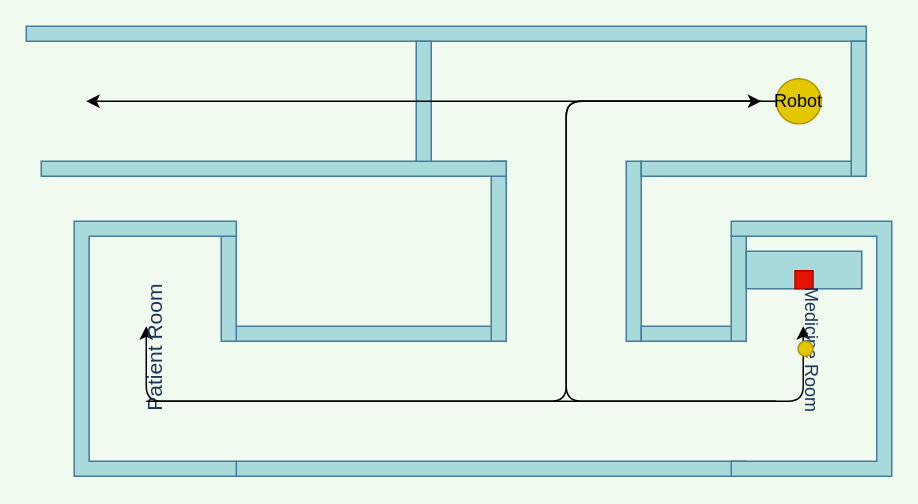
Above: simulator/resources/map/hospital_scenario.drawio in lesunb/HMRSsim (draw.io), before the change. Source tidied: cells renumbered, new cells numbered last; positions are measured from the earlier drawing's top-left corner, leaving out a move shared by most shapes. Both pictures are drawn from the tidied source at 150%, with x=0, y=0 at pixel (26, 26).
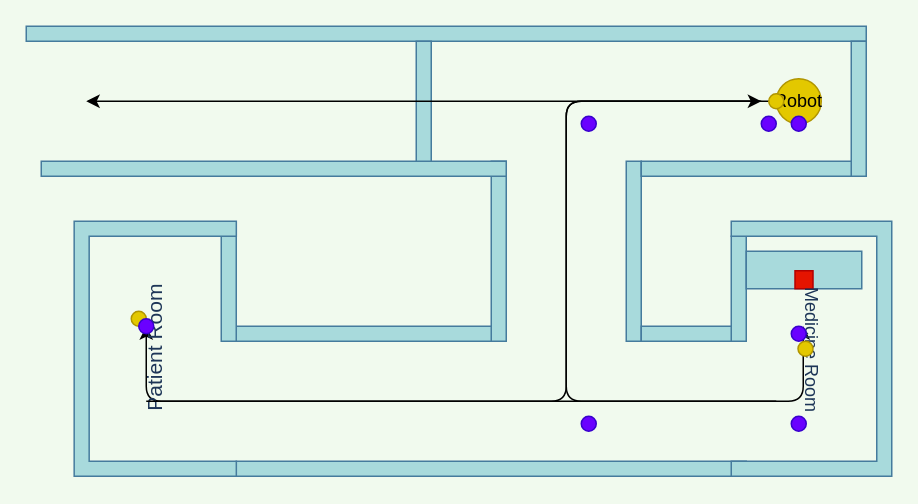
After the change.

What changed in the source:
```diff
@@
+    <mxCell id="24" style="ellipse;whiteSpace=wrap;html=1;fillColor=#6a00ff;strokeColor=#3700CC;fontColor=#ffffff;" parent="1" vertex="1">
+      <mxGeometry x="510" y="60" width="10" height="10" as="geometry" />
+    </mxCell>
+    <mxCell id="25" style="ellipse;whiteSpace=wrap;html=1;fillColor=#6a00ff;strokeColor=#3700CC;fontColor=#ffffff;" parent="1" vertex="1">
+      <mxGeometry x="510" y="200" width="10" height="10" as="geometry" />
+    </mxCell>
+    <mxCell id="26" style="ellipse;whiteSpace=wrap;html=1;fillColor=#6a00ff;strokeColor=#3700CC;fontColor=#ffffff;" parent="1" vertex="1">
+      <mxGeometry x="490" y="60" width="10" height="10" as="geometry" />
+    </mxCell>
+    <mxCell id="27" style="ellipse;whiteSpace=wrap;html=1;fillColor=#6a00ff;strokeColor=#3700CC;fontColor=#ffffff;" parent="1" vertex="1">
+      <mxGeometry x="370" y="60" width="10" height="10" as="geometry" />
+    </mxCell>
+    <mxCell id="28" style="ellipse;whiteSpace=wrap;html=1;fillColor=#6a00ff;strokeColor=#3700CC;fontColor=#ffffff;" parent="1" vertex="1">
+      <mxGeometry x="370" y="260" width="10" height="10" as="geometry" />
+    </mxCell>
+    <mxCell id="29" style="ellipse;whiteSpace=wrap;html=1;fillColor=#6a00ff;strokeColor=#3700CC;fontColor=#ffffff;" parent="1" vertex="1">
+      <mxGeometry x="510" y="260" width="10" height="10" as="geometry" />
+    </mxCell>
+    <mxCell id="30" style="ellipse;whiteSpace=wrap;html=1;fillColor=#e3c800;strokeColor=#B09500;fontColor=#ffffff;" parent="1" vertex="1">
+      <mxGeometry x="70" y="190" width="10" height="10" as="geometry" />
+    </mxCell>
+    <mxCell id="31" style="ellipse;whiteSpace=wrap;html=1;fillColor=#6a00ff;strokeColor=#3700CC;fontColor=#ffffff;" parent="1" vertex="1">
+      <mxGeometry x="75" y="195" width="10" height="10" as="geometry" />
+    </mxCell>
+    <mxCell id="32" style="ellipse;whiteSpace=wrap;html=1;fillColor=#e3c800;strokeColor=#B09500;fontColor=#ffffff;" parent="1" vertex="1">
+      <mxGeometry x="495" y="45" width="10" height="10" as="geometry" />
+    </mxCell>
```
